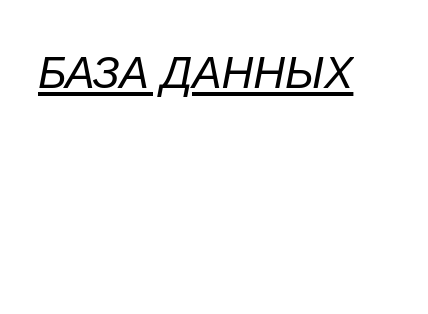
User-cyber-new/mebkuch keeps this draw.io diagram as page "таски" (3 of 4) of мебкух.drawio. Above is the earlier version. Source tidied: cells renumbered, new cells numbered last; positions are measured from the earlier drawing's top-left corner, leaving out a move shared by most shapes. Both pictures are drawn from the tidied source at 200%, with x=0, y=0 at pixel (34, 34).
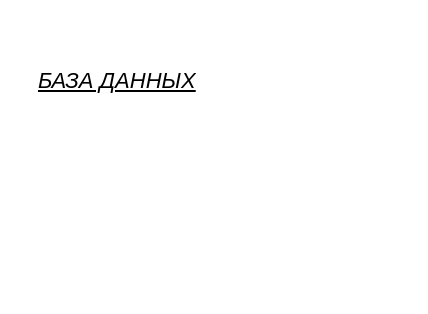
The same page after the edit.

The edit, as a diff of the source:
```diff
@@
 <mxGraphModel>
   <root>
     <mxCell id="0" />
     <mxCell id="1" parent="0" />
-    <mxCell id="2" value="&lt;h1 style=&quot;margin-top: 0px;&quot;&gt;&lt;span style=&quot;background-color: light-dark(#ffffff, var(--ge-dark-color, #121212)); color: light-dark(rgb(0, 0, 0), rgb(255, 255, 255)); font-weight: normal;&quot;&gt;&lt;i&gt;&lt;u&gt;БАЗА ДАННЫХ&lt;br&gt;&lt;/u&gt;&lt;/i&gt;&lt;/span&gt;&lt;br&gt;&lt;/h1&gt;" style="text;html=1;whiteSpace=wrap;overflow=hidden;rounded=0;fontFamily=Helvetica;fontSize=11;fontColor=default;labelBackgroundColor=default;" parent="1" vertex="1">
+    <mxCell id="2" value="&lt;h1 style=&quot;margin-top: 0px;&quot;&gt;&lt;div style=&quot;text-align: justify;&quot;&gt;&lt;i style=&quot;color: light-dark(rgb(0, 0, 0), rgb(255, 255, 255)); font-weight: normal; font-size: 11px;&quot;&gt;&lt;u&gt;БАЗА ДАННЫХ&lt;/u&gt;&lt;/i&gt;&lt;/div&gt;&lt;div style=&quot;text-align: justify;&quot;&gt;&lt;br&gt;&lt;/div&gt;&lt;/h1&gt;" style="text;html=1;whiteSpace=wrap;overflow=hidden;rounded=0;fontFamily=Helvetica;fontSize=11;fontColor=default;labelBackgroundColor=default;" parent="1" vertex="1">
       <mxGeometry width="180" height="120" as="geometry" />
     </mxCell>
   </root>
 </mxGraphModel>
```
